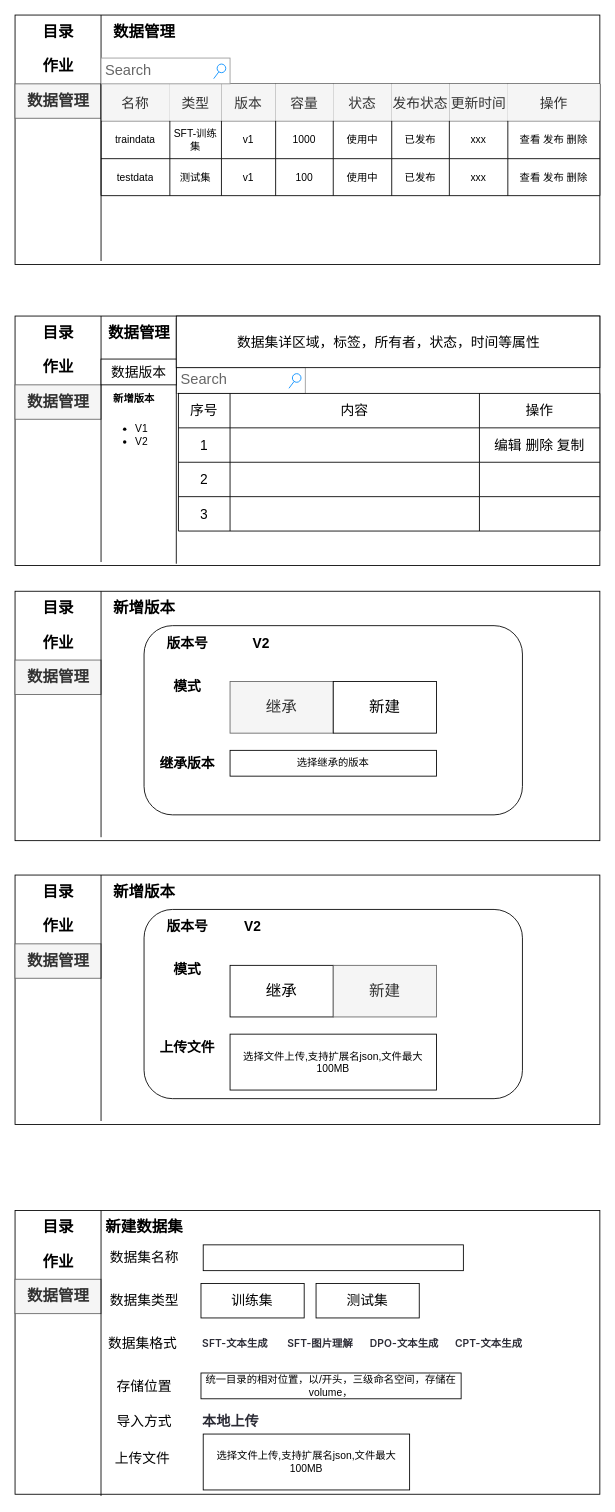
This is dataset.drawio from jack161641/cmdb, a draw.io file, before an edit. Source tidied: cells renumbered, new cells numbered last; positions are measured from the earlier drawing's top-left corner, leaving out a move shared by most shapes. Both pictures are drawn from the tidied source at 86%, with x=0, y=0 at pixel (15, 15).
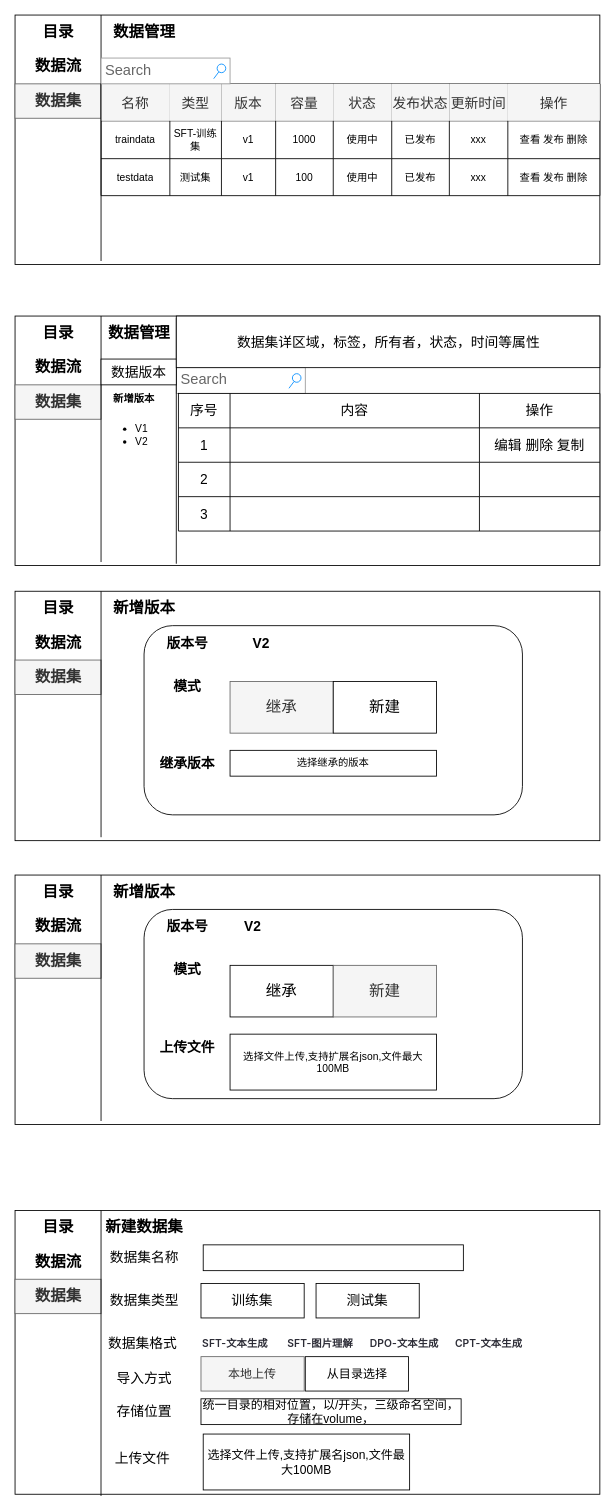
The same diagram, later.

Change to the diagram source:
```diff
@@
-    <mxCell id="4" value="数据管理" style="text;strokeColor=#666666;fillColor=#f5f5f5;html=1;fontSize=18;fontStyle=1;verticalAlign=middle;align=center;fontColor=#333333;" parent="1" vertex="1">
+    <mxCell id="4" value="数据集" style="text;strokeColor=#666666;fillColor=#f5f5f5;html=1;fontSize=18;fontStyle=1;verticalAlign=middle;align=center;fontColor=#333333;" parent="1" vertex="1">
       <mxGeometry y="80" width="100" height="40" as="geometry" />
     </mxCell>
-    <mxCell id="5" value="作业" style="text;strokeColor=none;fillColor=none;html=1;fontSize=18;fontStyle=1;verticalAlign=middle;align=center;" parent="1" vertex="1">
+    <mxCell id="5" value="数据流" style="text;strokeColor=none;fillColor=none;html=1;fontSize=18;fontStyle=1;verticalAlign=middle;align=center;" parent="1" vertex="1">
       <mxGeometry y="40" width="100" height="40" as="geometry" />
     </mxCell>
@@
-    <mxCell id="39" value="数据管理" style="text;strokeColor=#666666;fillColor=#f5f5f5;html=1;fontSize=18;fontStyle=1;verticalAlign=middle;align=center;fontColor=#333333;" parent="1" vertex="1">
+    <mxCell id="39" value="数据集" style="text;strokeColor=#666666;fillColor=#f5f5f5;html=1;fontSize=18;fontStyle=1;verticalAlign=middle;align=center;fontColor=#333333;" parent="1" vertex="1">
       <mxGeometry y="430" width="100" height="40" as="geometry" />
     </mxCell>
-    <mxCell id="40" value="作业" style="text;strokeColor=none;fillColor=none;html=1;fontSize=18;fontStyle=1;verticalAlign=middle;align=center;" parent="1" vertex="1">
+    <mxCell id="40" value="数据流" style="text;strokeColor=none;fillColor=none;html=1;fontSize=18;fontStyle=1;verticalAlign=middle;align=center;" parent="1" vertex="1">
       <mxGeometry y="390" width="100" height="40" as="geometry" />
     </mxCell>
@@
-    <mxCell id="68" value="数据管理" style="text;strokeColor=#666666;fillColor=#f5f5f5;html=1;fontSize=18;fontStyle=1;verticalAlign=middle;align=center;fontColor=#333333;" parent="1" vertex="1">
+    <mxCell id="68" value="数据集" style="text;strokeColor=#666666;fillColor=#f5f5f5;html=1;fontSize=18;fontStyle=1;verticalAlign=middle;align=center;fontColor=#333333;" parent="1" vertex="1">
       <mxGeometry y="750" width="100" height="40" as="geometry" />
     </mxCell>
-    <mxCell id="69" value="作业" style="text;strokeColor=none;fillColor=none;html=1;fontSize=18;fontStyle=1;verticalAlign=middle;align=center;" parent="1" vertex="1">
+    <mxCell id="69" value="数据流" style="text;strokeColor=none;fillColor=none;html=1;fontSize=18;fontStyle=1;verticalAlign=middle;align=center;" parent="1" vertex="1">
       <mxGeometry y="710" width="100" height="40" as="geometry" />
     </mxCell>
@@
-    <mxCell id="81" value="数据管理" style="text;strokeColor=#666666;fillColor=#f5f5f5;html=1;fontSize=18;fontStyle=1;verticalAlign=middle;align=center;fontColor=#333333;" parent="1" vertex="1">
+    <mxCell id="81" value="数据集" style="text;strokeColor=#666666;fillColor=#f5f5f5;html=1;fontSize=18;fontStyle=1;verticalAlign=middle;align=center;fontColor=#333333;" parent="1" vertex="1">
       <mxGeometry y="1080" width="100" height="40" as="geometry" />
     </mxCell>
-    <mxCell id="82" value="作业" style="text;strokeColor=none;fillColor=none;html=1;fontSize=18;fontStyle=1;verticalAlign=middle;align=center;" parent="1" vertex="1">
+    <mxCell id="82" value="数据流" style="text;strokeColor=none;fillColor=none;html=1;fontSize=18;fontStyle=1;verticalAlign=middle;align=center;" parent="1" vertex="1">
       <mxGeometry y="1040" width="100" height="40" as="geometry" />
     </mxCell>
@@
-    <mxCell id="96" value="数据管理" style="text;strokeColor=#666666;fillColor=#f5f5f5;html=1;fontSize=18;fontStyle=1;verticalAlign=middle;align=center;fontColor=#333333;" parent="1" vertex="1">
+    <mxCell id="96" value="数据集" style="text;strokeColor=#666666;fillColor=#f5f5f5;html=1;fontSize=18;fontStyle=1;verticalAlign=middle;align=center;fontColor=#333333;" parent="1" vertex="1">
       <mxGeometry y="1470" width="100" height="40" as="geometry" />
     </mxCell>
-    <mxCell id="97" value="作业" style="text;strokeColor=none;fillColor=none;html=1;fontSize=18;fontStyle=1;verticalAlign=middle;align=center;" parent="1" vertex="1">
+    <mxCell id="97" value="数据流" style="text;strokeColor=none;fillColor=none;html=1;fontSize=18;fontStyle=1;verticalAlign=middle;align=center;" parent="1" vertex="1">
       <mxGeometry y="1430" width="100" height="40" as="geometry" />
     </mxCell>
@@
     <mxCell id="110" value="存储位置" style="text;strokeColor=none;fillColor=none;html=1;fontSize=16;fontStyle=0;verticalAlign=middle;align=center;" parent="1" vertex="1">
-      <mxGeometry x="100" y="1579" width="100" height="30" as="geometry" />
+      <mxGeometry x="100" y="1609" width="100" height="30" as="geometry" />
     </mxCell>
-    <mxCell id="111" value="统一目录的相对位置，以/开头，三级命名空间，存储在volume，" style="rounded=0;whiteSpace=wrap;html=1;" parent="1" vertex="1">
-      <mxGeometry x="216.2" y="1579" width="302.5" height="30" as="geometry" />
+    <mxCell id="111" value="统一目录的相对位置，以/开头，三级命名空间，存储在volume，" style="rounded=0;whiteSpace=wrap;html=1;fontSize=14;" parent="1" vertex="1">
+      <mxGeometry x="216.2" y="1609" width="302.5" height="30" as="geometry" />
     </mxCell>
     <mxCell id="112" value="导入方式" style="text;strokeColor=none;fillColor=none;html=1;fontSize=16;fontStyle=0;verticalAlign=middle;align=center;" parent="1" vertex="1">
-      <mxGeometry x="100" y="1620" width="100" height="30" as="geometry" />
+      <mxGeometry x="100" y="1570" width="100" height="30" as="geometry" />
     </mxCell>
-    <mxCell id="113" value="&lt;h3 style=&quot;box-sizing: border-box; font-weight: 600; line-height: 1.7777; margin: 0.571429em 0px; color: rgb(44, 44, 54); font-family: -apple-system, BlinkMacSystemFont, &amp;quot;Segoe UI&amp;quot;, &amp;quot;Noto Sans&amp;quot;, Helvetica, Arial, sans-serif, &amp;quot;Apple Color Emoji&amp;quot;, &amp;quot;Segoe UI Emoji&amp;quot;; font-style: normal; font-variant-ligatures: normal; font-variant-caps: normal; letter-spacing: 0.08px; orphans: 2; text-align: start; text-indent: 0px; text-transform: none; widows: 2; word-spacing: 0px; -webkit-text-stroke-width: 0px; white-space: normal; background-color: rgb(255, 255, 255); text-decoration-thickness: initial; text-decoration-style: initial; text-decoration-color: initial;&quot;&gt;本地上传&lt;/h3&gt;" style="text;whiteSpace=wrap;html=1;fontSize=14;" parent="1" vertex="1">
-      <mxGeometry x="216.2" y="1605" width="110" height="60" as="geometry" />
-    </mxCell>
@@
-    <mxCell id="115" value="选择文件上传,支持扩展名json,文件最大100MB" style="rounded=0;whiteSpace=wrap;html=1;" parent="1" vertex="1">
+    <mxCell id="115" value="选择文件上传,支持扩展名json,文件最大100MB" style="rounded=0;whiteSpace=wrap;html=1;fontSize=14;" parent="1" vertex="1">
       <mxGeometry x="218.8" y="1650" width="240" height="65" as="geometry" />
     </mxCell>
+    <mxCell id="113" value="本地上传" style="rounded=0;whiteSpace=wrap;html=1;fontSize=14;fillColor=#f5f5f5;fontColor=#333333;strokeColor=#666666;" parent="1" vertex="1">
+      <mxGeometry x="216.2" y="1560" width="120" height="40" as="geometry" />
+    </mxCell>
+    <mxCell id="116" value="从目录选择" style="rounded=0;whiteSpace=wrap;html=1;fontSize=14;" parent="1" vertex="1">
+      <mxGeometry x="337.5" y="1560" width="120" height="40" as="geometry" />
+    </mxCell>
```
